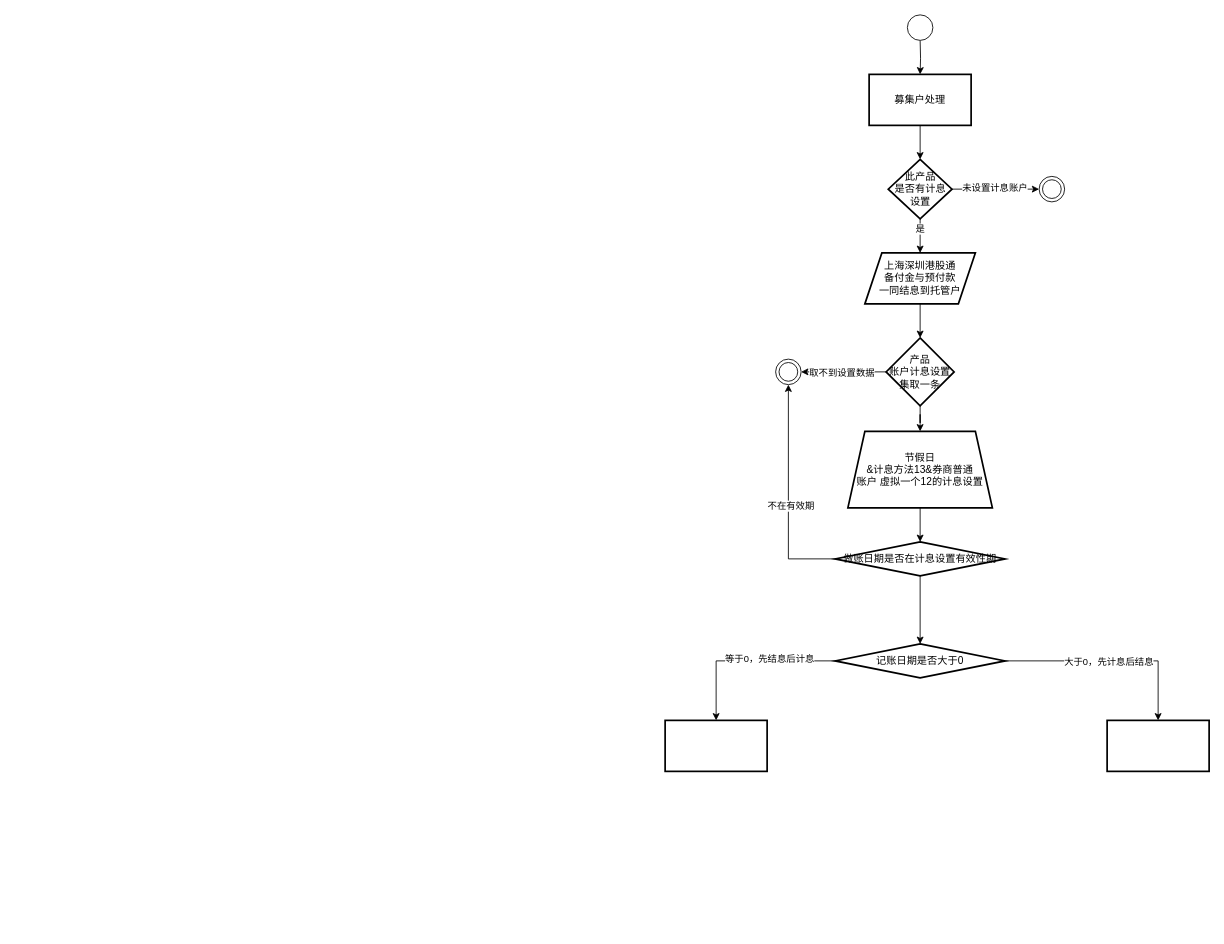
This is 计息结息—计息流水.drawio from unpbun/TestRep, a draw.io file, before an edit. Source tidied: cells renumbered, new cells numbered last; positions are measured from the earlier drawing's top-left corner, leaving out a move shared by most shapes. Both pictures are drawn from the tidied source at 85%, with x=0, y=0 at pixel (665, 14).
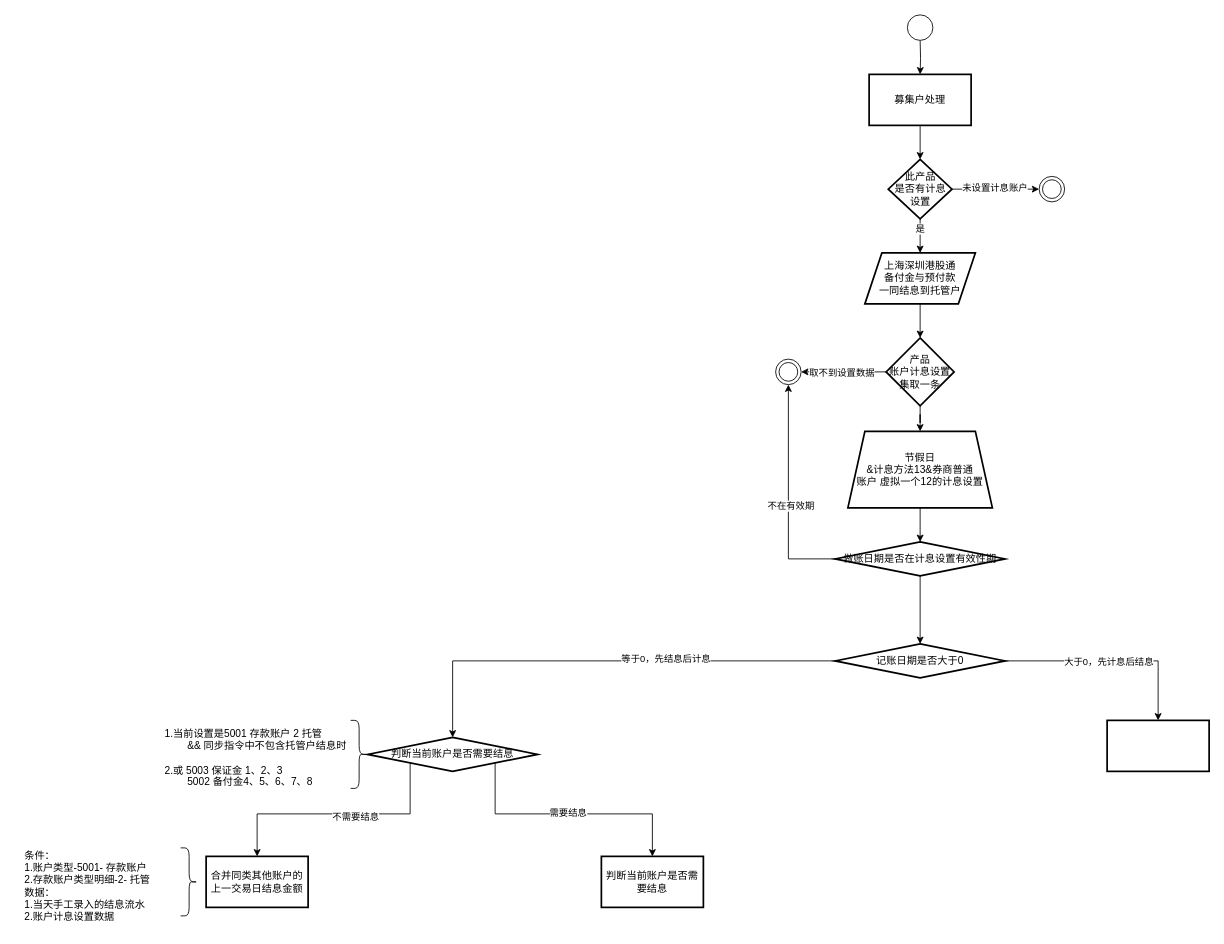
The same page after the edit.

Commit message:
更新计息结息—计息流水.drawio

Unchanged cells that the change refers to:
```xml
<mxCell id="29" value="记账日期是否大于0" style="rhombus;whiteSpace=wrap;html=1;strokeWidth=2;" parent="1" vertex="1">
  <mxGeometry x="200" y="740" width="200" height="40" as="geometry" />
</mxCell>
```

Diff of the diagram source:
```diff
@@
-    <mxCell id="25" style="edgeStyle=orthogonalEdgeStyle;rounded=0;jettySize=auto;html=1;" parent="1" edge="1" source="29" target="30">
+    <mxCell id="25" style="edgeStyle=orthogonalEdgeStyle;rounded=0;jettySize=auto;html=1;entryX=0.5;entryY=0;entryDx=0;entryDy=0;" parent="1" edge="1" source="29" target="36">
       <mxGeometry relative="1" as="geometry" />
     </mxCell>
@@
-    <mxCell id="30" style="whiteSpace=wrap;html=1;strokeWidth=2;" parent="1" vertex="1">
-      <mxGeometry y="830" width="120" height="60" as="geometry" />
+    <mxCell id="30" value="合并同类其他账户的上一交易日结息金额" style="whiteSpace=wrap;html=1;strokeWidth=2;" parent="1" vertex="1">
+      <mxGeometry x="-540" y="990" width="120" height="60" as="geometry" />
     </mxCell>
@@
+    <mxCell id="32" style="edgeStyle=orthogonalEdgeStyle;rounded=0;jettySize=auto;html=1;exitX=0;exitY=1;exitDx=0;exitDy=0;entryX=0.5;entryY=0;entryDx=0;entryDy=0;" parent="1" edge="1" source="36" target="30">
+      <mxGeometry relative="1" as="geometry">
+        <Array as="points">
+          <mxPoint x="-300" y="940" />
+          <mxPoint x="-480" y="940" />
+        </Array>
+      </mxGeometry>
+    </mxCell>
+    <mxCell id="33" value="不需要结息" style="edgeLabel;html=1;align=center;verticalAlign=middle;" parent="32" vertex="1">
+      <mxGeometry x="-0.14" y="3" relative="1" as="geometry" />
+    </mxCell>
+    <mxCell id="34" style="edgeStyle=orthogonalEdgeStyle;rounded=0;jettySize=auto;html=1;exitX=1;exitY=1;exitDx=0;exitDy=0;entryX=0.5;entryY=0;entryDx=0;entryDy=0;" parent="1" edge="1" source="36" target="39">
+      <mxGeometry relative="1" as="geometry">
+        <Array as="points">
+          <mxPoint x="-200" y="940" />
+          <mxPoint x="-15" y="940" />
+        </Array>
+      </mxGeometry>
+    </mxCell>
+    <mxCell id="35" value="需要结息" style="edgeLabel;html=1;align=center;verticalAlign=middle;" parent="34" vertex="1">
+      <mxGeometry x="-0.02" y="2" relative="1" as="geometry" />
+    </mxCell>
+    <mxCell id="36" value="判断当前账户是否需要结息" style="rhombus;whiteSpace=wrap;html=1;strokeWidth=2;" parent="1" vertex="1">
+      <mxGeometry x="-350" y="850" width="200" height="40" as="geometry" />
+    </mxCell>
+    <mxCell id="37" style="shape=curlyBracket;whiteSpace=wrap;html=1;rounded=1;flipH=1;labelPosition=right;verticalLabelPosition=middle;align=left;verticalAlign=middle;" parent="1" vertex="1">
+      <mxGeometry x="-370" y="830" width="20" height="80" as="geometry" />
+    </mxCell>
+    <mxCell id="38" value="&lt;div style=&quot;text-align: left;&quot;&gt;1.当前设置是5001 存款账户 2 托管&lt;/div&gt;&lt;div style=&quot;text-align: left;&quot;&gt;&amp;nbsp;&lt;span style=&quot;white-space: pre;&quot;&gt;&#9;&lt;/span&gt;&amp;amp;&amp;amp; 同步指令中不包含托管户结息时&lt;/div&gt;&lt;div style=&quot;text-align: left;&quot;&gt;&lt;br&gt;&lt;/div&gt;&lt;div style=&quot;text-align: left;&quot;&gt;2.或 5003 保证金 1、2、3&amp;nbsp;&amp;nbsp;&lt;/div&gt;&lt;div style=&quot;text-align: left;&quot;&gt;&lt;span style=&quot;white-space: pre;&quot;&gt;&#9;&lt;/span&gt;5002 备付金4、5、6、7、8&lt;/div&gt;" style="text;html=1;align=center;verticalAlign=middle;strokeColor=none;fillColor=none;" parent="1" vertex="1">
+      <mxGeometry x="-602" y="829" width="240" height="90" as="geometry" />
+    </mxCell>
+    <mxCell id="39" value="判断当前账户是否需要结息" style="whiteSpace=wrap;html=1;strokeWidth=2;" parent="1" vertex="1">
+      <mxGeometry x="-75" y="990" width="120" height="60" as="geometry" />
+    </mxCell>
+    <mxCell id="40" value="&lt;div style=&quot;text-align: left;&quot;&gt;条件：&lt;br&gt;&lt;/div&gt;&lt;div style=&quot;text-align: left;&quot;&gt;1.账户类型-5001- 存款账户&lt;/div&gt;&lt;div style=&quot;text-align: left;&quot;&gt;2.&lt;span style=&quot;background-color: initial; text-align: center;&quot;&gt;存款账户类型明细-2- 托管&lt;/span&gt;&lt;br&gt;&lt;/div&gt;&lt;div style=&quot;text-align: left;&quot;&gt;&lt;span style=&quot;background-color: initial; text-align: center;&quot;&gt;数据：&lt;/span&gt;&lt;/div&gt;&lt;div style=&quot;text-align: left;&quot;&gt;&lt;span style=&quot;background-color: initial; text-align: center;&quot;&gt;1.当天手工录入的结息流水&lt;/span&gt;&lt;/div&gt;&lt;div style=&quot;text-align: left;&quot;&gt;&lt;span style=&quot;background-color: initial; text-align: center;&quot;&gt;2.账户计息设置数据&lt;/span&gt;&lt;/div&gt;" style="text;html=1;align=center;verticalAlign=middle;strokeColor=none;fillColor=none;" parent="1" vertex="1">
+      <mxGeometry x="-765" y="975" width="170" height="100" as="geometry" />
+    </mxCell>
+    <mxCell id="41" style="shape=curlyBracket;whiteSpace=wrap;html=1;rounded=1;flipH=1;labelPosition=right;verticalLabelPosition=middle;align=left;verticalAlign=middle;" parent="1" vertex="1">
+      <mxGeometry x="-570" y="980" width="20" height="80" as="geometry" />
+    </mxCell>
```
